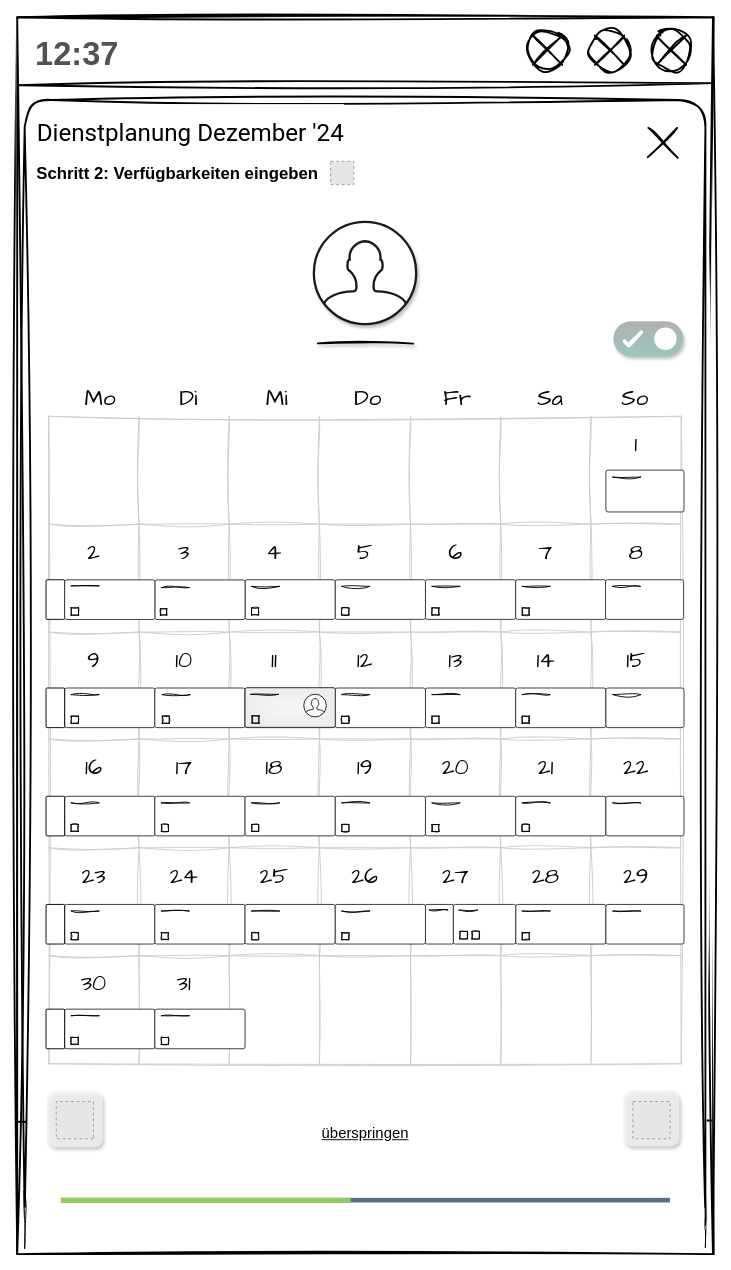
This is page "VE_2" (7 of 8) of 5_Pitch/Mockup_UserFlow_CreateWorkSchedule.drawio from annikalenneper/praxisprojekt_mi_bachelor_SoSe24, a draw.io file, before an edit. Source tidied: cells renumbered, new cells numbered last; positions are measured from the earlier drawing's top-left corner, leaving out a move shared by most shapes. Both pictures are drawn from the tidied source at 93%, with x=0, y=0 at pixel (17, 17). Pictures stored in the file or linked from it are replaced by grey dashed boxes.
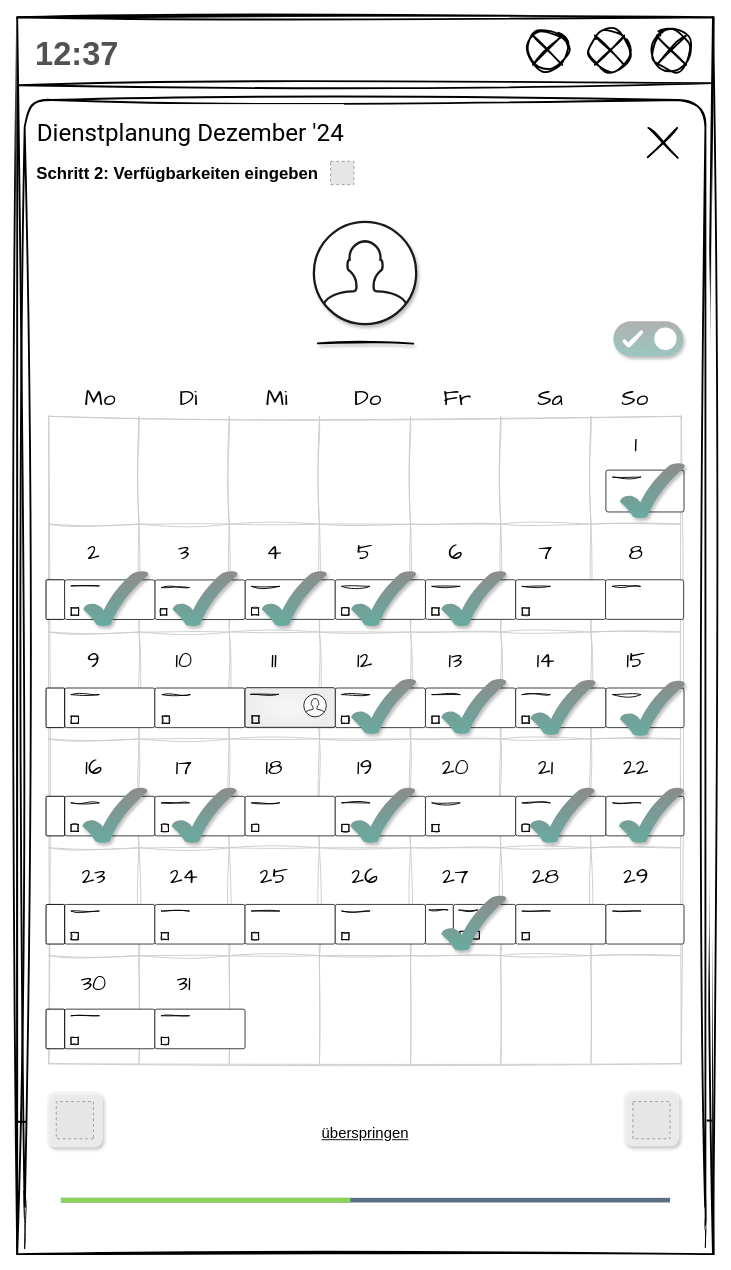
After the change.

Diff of the diagram source:
```diff
@@
+    <mxCell id="254" parent="0" />
+    <mxCell id="255" style="verticalLabelPosition=bottom;verticalAlign=top;html=1;shape=mxgraph.basic.tick;fillColor=#8C8C8C;strokeColor=none;gradientColor=#67AB9F;shadow=1;" parent="254" vertex="1">
+      <mxGeometry x="648" y="479" width="70" height="60" as="geometry" />
+    </mxCell>
+    <mxCell id="256" parent="0" />
+    <mxCell id="257" style="verticalLabelPosition=bottom;verticalAlign=top;html=1;shape=mxgraph.basic.tick;fillColor=#8C8C8C;strokeColor=none;gradientColor=#67AB9F;shadow=1;" parent="256" vertex="1">
+      <mxGeometry x="71" y="595" width="70" height="60" as="geometry" />
+    </mxCell>
+    <mxCell id="258" parent="0" />
+    <mxCell id="259" style="verticalLabelPosition=bottom;verticalAlign=top;html=1;shape=mxgraph.basic.tick;fillColor=#8C8C8C;strokeColor=none;gradientColor=#67AB9F;shadow=1;" parent="258" vertex="1">
+      <mxGeometry x="167" y="595" width="70" height="60" as="geometry" />
+    </mxCell>
+    <mxCell id="260" parent="0" />
+    <mxCell id="261" style="verticalLabelPosition=bottom;verticalAlign=top;html=1;shape=mxgraph.basic.tick;fillColor=#8C8C8C;strokeColor=none;gradientColor=#67AB9F;shadow=1;" parent="260" vertex="1">
+      <mxGeometry x="263" y="595" width="70" height="60" as="geometry" />
+    </mxCell>
+    <mxCell id="262" parent="0" />
+    <mxCell id="263" style="verticalLabelPosition=bottom;verticalAlign=top;html=1;shape=mxgraph.basic.tick;fillColor=#8C8C8C;strokeColor=none;gradientColor=#67AB9F;shadow=1;" parent="262" vertex="1">
+      <mxGeometry x="359" y="595" width="70" height="60" as="geometry" />
+    </mxCell>
+    <mxCell id="264" parent="0" />
+    <mxCell id="265" style="verticalLabelPosition=bottom;verticalAlign=top;html=1;shape=mxgraph.basic.tick;fillColor=#8C8C8C;strokeColor=none;gradientColor=#67AB9F;shadow=1;" parent="264" vertex="1">
+      <mxGeometry x="456" y="595" width="70" height="60" as="geometry" />
+    </mxCell>
+    <mxCell id="266" parent="0" />
+    <mxCell id="267" style="verticalLabelPosition=bottom;verticalAlign=top;html=1;shape=mxgraph.basic.tick;fillColor=#8C8C8C;strokeColor=none;gradientColor=#67AB9F;shadow=1;" parent="266" vertex="1">
+      <mxGeometry x="359" y="711" width="70" height="60" as="geometry" />
+    </mxCell>
+    <mxCell id="268" parent="0" />
+    <mxCell id="269" style="verticalLabelPosition=bottom;verticalAlign=top;html=1;shape=mxgraph.basic.tick;fillColor=#8C8C8C;strokeColor=none;gradientColor=#67AB9F;shadow=1;" parent="268" vertex="1">
+      <mxGeometry x="456" y="711" width="70" height="60" as="geometry" />
+    </mxCell>
+    <mxCell id="270" parent="0" />
+    <mxCell id="271" style="verticalLabelPosition=bottom;verticalAlign=top;html=1;shape=mxgraph.basic.tick;fillColor=#8C8C8C;strokeColor=none;gradientColor=#67AB9F;shadow=1;" parent="270" vertex="1">
+      <mxGeometry x="552" y="712" width="70" height="60" as="geometry" />
+    </mxCell>
+    <mxCell id="272" parent="0" />
+    <mxCell id="273" style="verticalLabelPosition=bottom;verticalAlign=top;html=1;shape=mxgraph.basic.tick;fillColor=#8C8C8C;strokeColor=none;gradientColor=#67AB9F;shadow=1;" parent="272" vertex="1">
+      <mxGeometry x="648" y="713" width="70" height="60" as="geometry" />
+    </mxCell>
+    <mxCell id="274" parent="0" />
+    <mxCell id="275" style="verticalLabelPosition=bottom;verticalAlign=top;html=1;shape=mxgraph.basic.tick;fillColor=#8C8C8C;strokeColor=none;gradientColor=#67AB9F;shadow=1;" parent="274" vertex="1">
+      <mxGeometry x="70" y="828" width="70" height="60" as="geometry" />
+    </mxCell>
+    <mxCell id="276" parent="0" />
+    <mxCell id="277" style="verticalLabelPosition=bottom;verticalAlign=top;html=1;shape=mxgraph.basic.tick;fillColor=#8C8C8C;strokeColor=none;gradientColor=#67AB9F;shadow=1;" parent="276" vertex="1">
+      <mxGeometry x="166" y="828" width="70" height="60" as="geometry" />
+    </mxCell>
+    <mxCell id="278" parent="0" />
+    <mxCell id="279" style="verticalLabelPosition=bottom;verticalAlign=top;html=1;shape=mxgraph.basic.tick;fillColor=#8C8C8C;strokeColor=none;gradientColor=#67AB9F;shadow=1;" parent="278" vertex="1">
+      <mxGeometry x="358" y="828" width="70" height="60" as="geometry" />
+    </mxCell>
+    <mxCell id="280" parent="0" />
+    <mxCell id="281" style="verticalLabelPosition=bottom;verticalAlign=top;html=1;shape=mxgraph.basic.tick;fillColor=#8C8C8C;strokeColor=none;gradientColor=#67AB9F;shadow=1;" parent="280" vertex="1">
+      <mxGeometry x="551" y="828" width="70" height="60" as="geometry" />
+    </mxCell>
+    <mxCell id="282" parent="0" />
+    <mxCell id="283" style="verticalLabelPosition=bottom;verticalAlign=top;html=1;shape=mxgraph.basic.tick;fillColor=#8C8C8C;strokeColor=none;gradientColor=#67AB9F;shadow=1;" parent="282" vertex="1">
+      <mxGeometry x="647" y="828" width="70" height="60" as="geometry" />
+    </mxCell>
+    <mxCell id="284" parent="0" />
+    <mxCell id="285" style="verticalLabelPosition=bottom;verticalAlign=top;html=1;shape=mxgraph.basic.tick;fillColor=#8C8C8C;strokeColor=none;gradientColor=#67AB9F;shadow=1;" parent="284" vertex="1">
+      <mxGeometry x="456" y="944" width="70" height="60" as="geometry" />
+    </mxCell>
```
